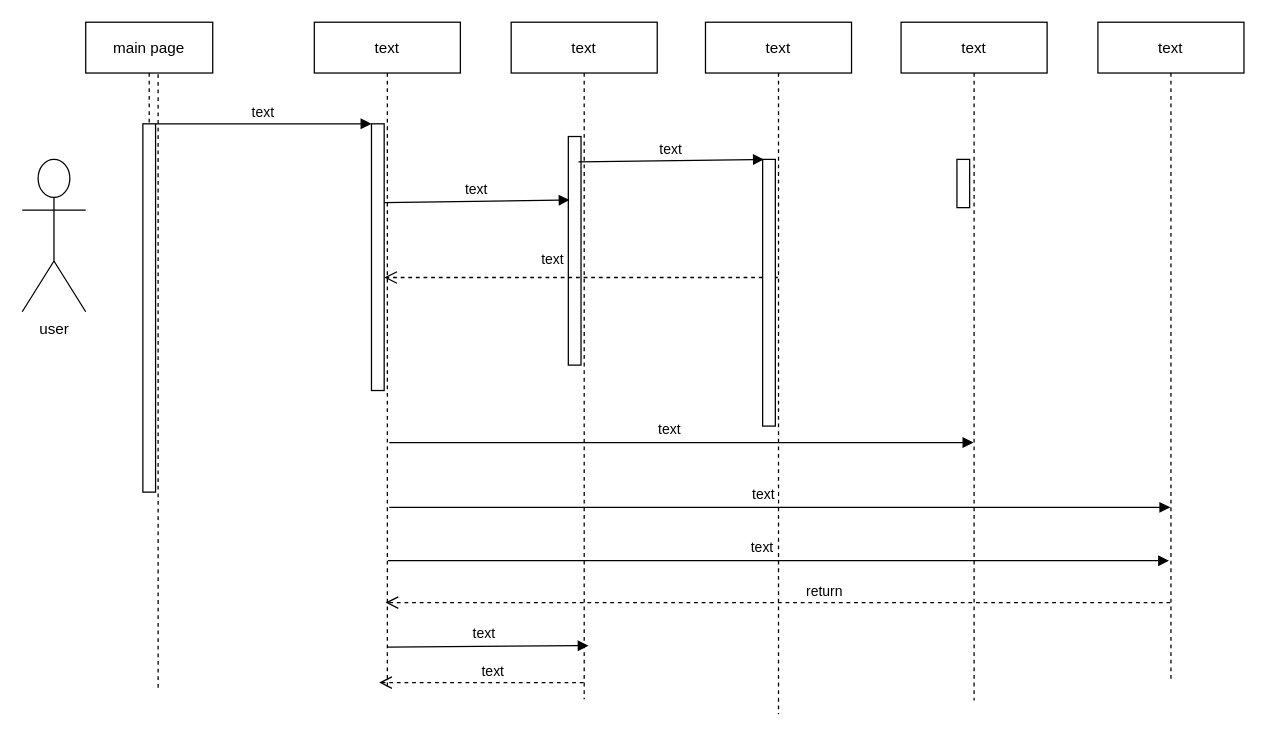
The draw.io diagram seqtrans.drawio in shamaabuhassan/Charts, before the edit. Source tidied: cells renumbered, new cells numbered last; positions are measured from the earlier drawing's top-left corner, leaving out a move shared by most shapes. Both pictures are drawn from the tidied source at 127%, with x=0, y=0 at pixel (22, 22).
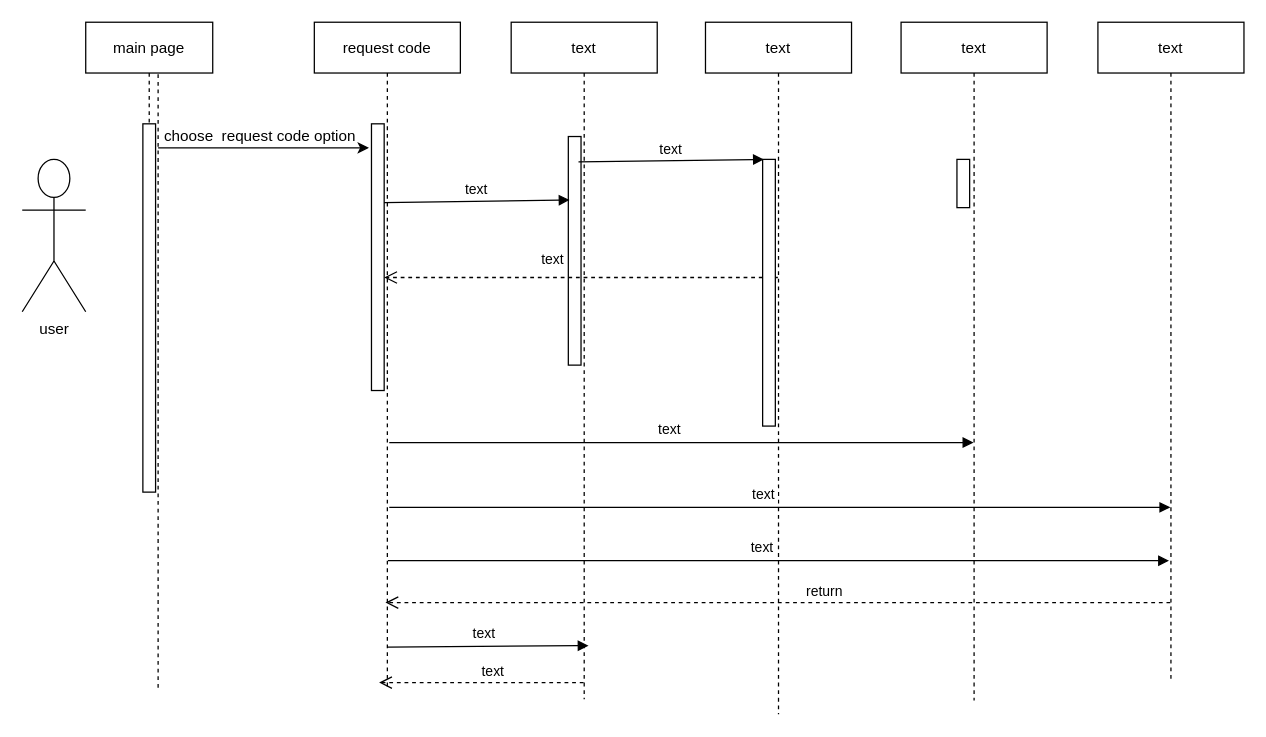
The same diagram, later.

Unchanged cells that the change refers to:
```xml
<mxCell id="3" style="points=[];perimeter=orthogonalPerimeter;rounded=0;shadow=0;strokeWidth=1;" parent="2" vertex="1">
  <mxGeometry x="45" y="80" width="10" height="290" as="geometry" />
</mxCell>
<mxCell id="5" style="points=[];perimeter=orthogonalPerimeter;rounded=0;shadow=0;strokeWidth=1;" parent="4" vertex="1">
  <mxGeometry x="45" y="80" width="10" height="210" as="geometry" />
</mxCell>
```

Change to the diagram source:
```diff
@@
-    <mxCell id="4" value="text" style="shape=umlLifeline;perimeter=lifelinePerimeter;rounded=0;shadow=0;strokeWidth=1;" parent="1" vertex="1">
+    <mxCell id="4" value="request code" style="shape=umlLifeline;perimeter=lifelinePerimeter;rounded=0;shadow=0;strokeWidth=1;" parent="1" vertex="1">
       <mxGeometry x="230" width="115" height="523" as="geometry" />
     </mxCell>
@@
-    <mxCell id="7" value="text" style="verticalAlign=bottom;endArrow=block;entryX=0;entryY=0;shadow=0;strokeWidth=1;" parent="1" edge="1" source="3" target="5">
-      <mxGeometry relative="1" as="geometry" />
-    </mxCell>
@@
+    <mxCell id="25" style="endArrow=classic;html=1;entryX=-0.2;entryY=0.09;entryDx=0;entryDy=0;entryPerimeter=0;" parent="1" edge="1" target="5">
+      <mxGeometry relative="1" as="geometry">
+        <mxPoint x="107" y="99" as="sourcePoint" />
+      </mxGeometry>
+    </mxCell>
+    <mxCell id="26" value="choose&amp;nbsp; request code option" style="text;html=1;align=center;verticalAlign=middle;" parent="1" vertex="1">
+      <mxGeometry x="102" y="80" width="170" height="20" as="geometry" />
+    </mxCell>
```
